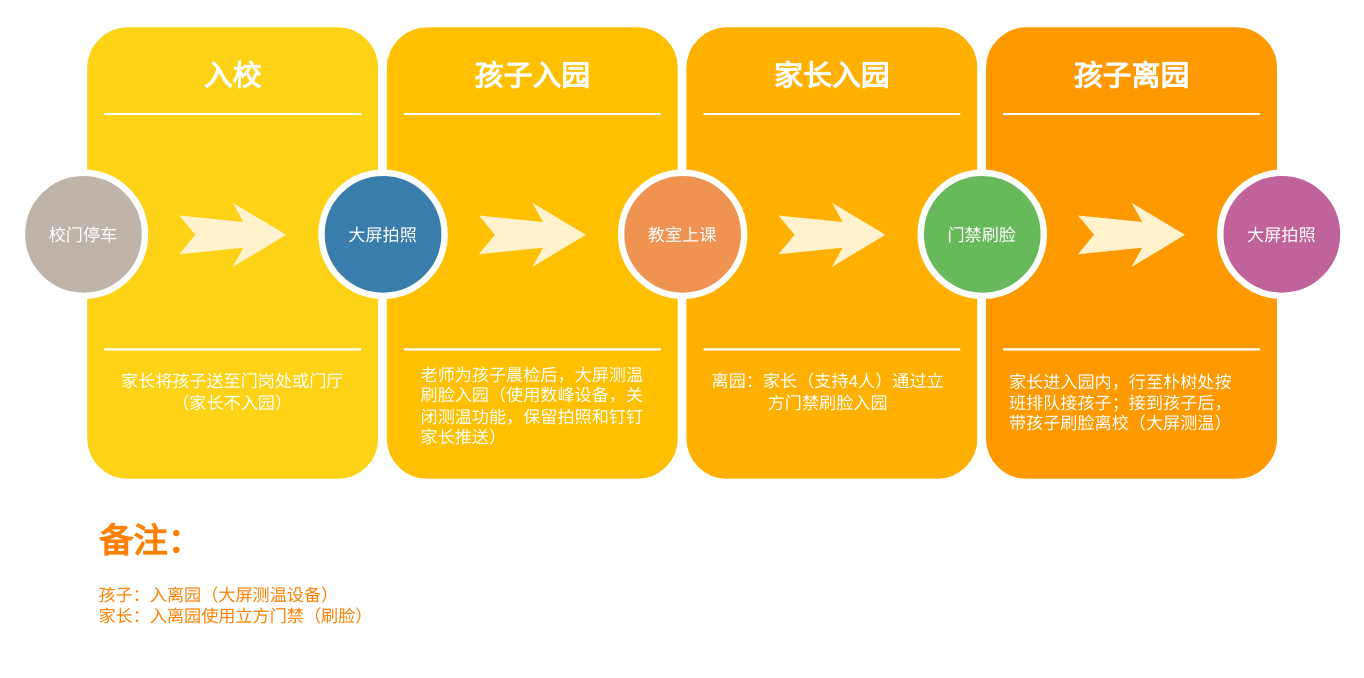
Before: 云谷园区入离园方案.drawio in tidusxujun/chemao, a draw.io diagram. Source tidied: cells renumbered, new cells numbered last; positions are measured from the earlier drawing's top-left corner, leaving out a move shared by most shapes. Both pictures are drawn from the tidied source at 107%, with x=0, y=0 at pixel (21, 22).
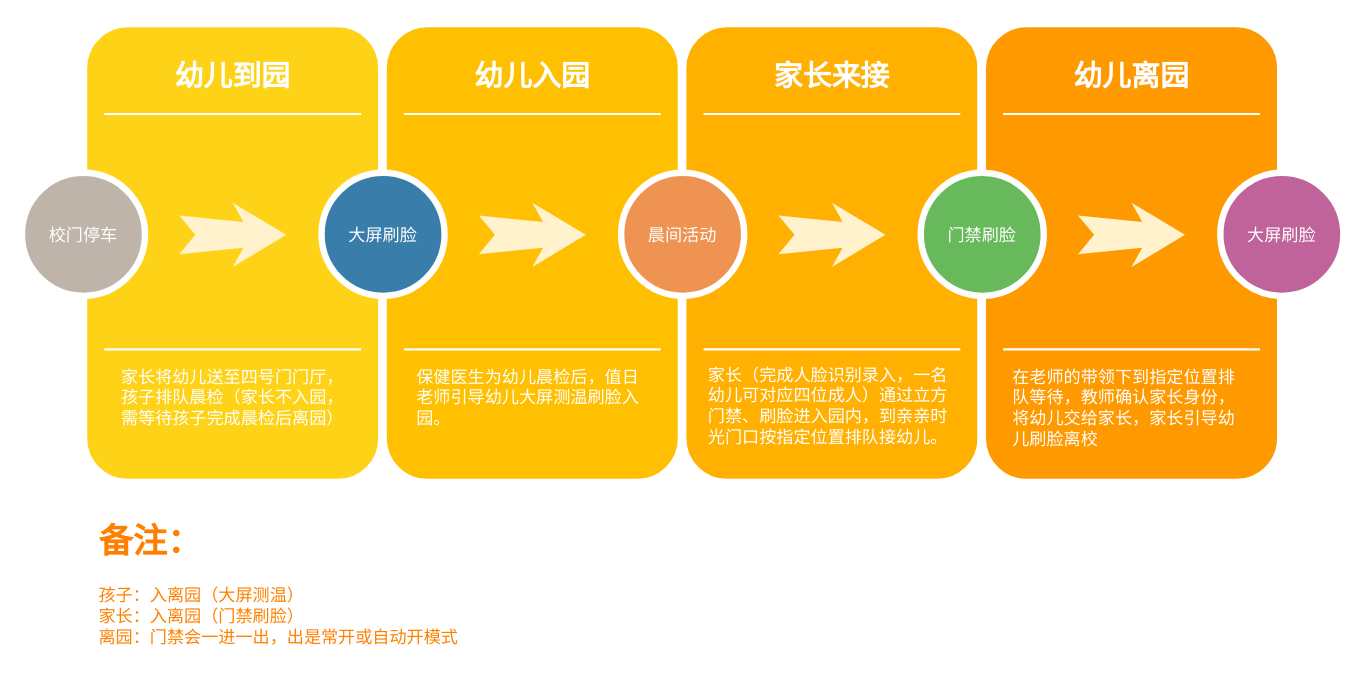
Above is the later version.

Commit message:
更新云谷园区入离园方案.drawio

Change to the diagram source:
```diff
@@
-    <mxCell id="3" value="入校" style="text;html=1;strokeColor=none;fillColor=none;align=center;verticalAlign=middle;whiteSpace=wrap;rounded=0;shadow=0;fontSize=27;fontColor=#FFFFFF;fontStyle=1;" parent="1" vertex="1">
+    <mxCell id="3" value="幼儿到园" style="text;html=1;strokeColor=none;fillColor=none;align=center;verticalAlign=middle;whiteSpace=wrap;rounded=0;shadow=0;fontSize=27;fontColor=#FFFFFF;fontStyle=1;" parent="1" vertex="1">
       <mxGeometry x="57" y="20" width="280" height="60" as="geometry" />
     </mxCell>
@@
-    <mxCell id="9" value="孩子入园" style="text;html=1;strokeColor=none;fillColor=none;align=center;verticalAlign=middle;whiteSpace=wrap;rounded=0;shadow=0;fontSize=27;fontColor=#FFFFFF;fontStyle=1;" parent="1" vertex="1">
+    <mxCell id="9" value="幼儿入园" style="text;html=1;strokeColor=none;fillColor=none;align=center;verticalAlign=middle;whiteSpace=wrap;rounded=0;shadow=0;fontSize=27;fontColor=#FFFFFF;fontStyle=1;" parent="1" vertex="1">
       <mxGeometry x="337" y="20" width="280" height="60" as="geometry" />
     </mxCell>
-    <mxCell id="10" value="家长将孩子送至门岗处或门厅（&lt;span style=&quot;text-align: left ; font-size: 16px&quot;&gt;家长不入园&lt;/span&gt;）" style="text;html=1;strokeColor=none;fillColor=none;align=center;verticalAlign=middle;whiteSpace=wrap;rounded=0;shadow=0;fontSize=16;fontColor=#FFFFFF;" parent="1" vertex="1">
-      <mxGeometry x="85" y="300" width="224" height="90" as="geometry" />
+    <mxCell id="10" value="家长将幼儿送至四号门门厅，孩子排队晨检（家长不入园，需等待孩子完成晨检后离园）" style="text;html=1;strokeColor=none;fillColor=none;align=center;verticalAlign=top;whiteSpace=wrap;rounded=0;shadow=0;fontSize=16;fontColor=#FFFFFF;" parent="1" vertex="1">
+      <mxGeometry x="85" y="315" width="224" height="90" as="geometry" />
     </mxCell>
@@
-    <mxCell id="13" value="大屏拍照" style="ellipse;whiteSpace=wrap;html=1;rounded=0;shadow=0;strokeWidth=6;fontSize=16;align=center;fillColor=#397DAA;strokeColor=#FFFFFF;fontColor=#FFFFFF;" parent="1" vertex="1">
+    <mxCell id="13" value="大屏刷脸" style="ellipse;whiteSpace=wrap;html=1;rounded=0;shadow=0;strokeWidth=6;fontSize=16;align=center;fillColor=#397DAA;strokeColor=#FFFFFF;fontColor=#FFFFFF;" parent="1" vertex="1">
       <mxGeometry x="280" y="140" width="115" height="115" as="geometry" />
     </mxCell>
@@
-    <mxCell id="16" value="家长入园" style="text;html=1;strokeColor=none;fillColor=none;align=center;verticalAlign=middle;whiteSpace=wrap;rounded=0;shadow=0;fontSize=27;fontColor=#FFFFFF;fontStyle=1;" parent="1" vertex="1">
+    <mxCell id="16" value="家长来接" style="text;html=1;strokeColor=none;fillColor=none;align=center;verticalAlign=middle;whiteSpace=wrap;rounded=0;shadow=0;fontSize=27;fontColor=#FFFFFF;fontStyle=1;" parent="1" vertex="1">
       <mxGeometry x="617" y="20" width="280" height="60" as="geometry" />
     </mxCell>
-    <mxCell id="17" value="离园：家长（支持4人）通过立方门禁刷脸入园" style="text;html=1;strokeColor=none;fillColor=none;align=center;verticalAlign=middle;whiteSpace=wrap;rounded=0;shadow=0;fontSize=16;fontColor=#FFFFFF;" parent="1" vertex="1">
-      <mxGeometry x="637" y="300" width="233" height="90" as="geometry" />
+    <mxCell id="17" value="家长（完成人脸识别录入，一名幼儿可对应四位成人）通过立方门禁、刷脸进入园内，到亲亲时光门口按指定位置排队接幼儿。" style="text;html=1;strokeColor=none;fillColor=none;align=center;verticalAlign=top;whiteSpace=wrap;rounded=0;shadow=0;fontSize=16;fontColor=#FFFFFF;" parent="1" vertex="1">
+      <mxGeometry x="637" y="312.5" width="233" height="90" as="geometry" />
     </mxCell>
@@
-    <mxCell id="20" value="教室上课" style="ellipse;whiteSpace=wrap;html=1;rounded=0;shadow=0;strokeWidth=6;fontSize=16;align=center;fillColor=#EF9353;strokeColor=#FFFFFF;fontColor=#FFFFFF;" parent="1" vertex="1">
+    <mxCell id="20" value="晨间活动" style="ellipse;whiteSpace=wrap;html=1;rounded=0;shadow=0;strokeWidth=6;fontSize=16;align=center;fillColor=#EF9353;strokeColor=#FFFFFF;fontColor=#FFFFFF;" parent="1" vertex="1">
       <mxGeometry x="560" y="140" width="115" height="115" as="geometry" />
     </mxCell>
@@
-    <mxCell id="23" value="孩子离园" style="text;html=1;strokeColor=none;fillColor=none;align=center;verticalAlign=middle;whiteSpace=wrap;rounded=0;shadow=0;fontSize=27;fontColor=#FFFFFF;fontStyle=1;" parent="1" vertex="1">
+    <mxCell id="23" value="幼儿离园" style="text;html=1;strokeColor=none;fillColor=none;align=center;verticalAlign=middle;whiteSpace=wrap;rounded=0;shadow=0;fontSize=27;fontColor=#FFFFFF;fontStyle=1;" parent="1" vertex="1">
       <mxGeometry x="897" y="20" width="280" height="60" as="geometry" />
     </mxCell>
-    <mxCell id="24" value="家长进入园内，行至朴树处按班排队接孩子；接到孩子后，带孩子刷脸离校（大屏测温）" style="text;html=1;strokeColor=none;fillColor=none;align=center;verticalAlign=middle;whiteSpace=wrap;rounded=0;shadow=0;fontSize=16;fontColor=#FFFFFF;" parent="1" vertex="1">
-      <mxGeometry x="917" y="310" width="220" height="90" as="geometry" />
+    <mxCell id="24" value="在老师的带领下到指定位置排队等待，教师确认家长身份，将幼儿交给家长，家长引导幼儿刷脸离校" style="text;html=1;strokeColor=none;fillColor=none;align=left;verticalAlign=top;whiteSpace=wrap;rounded=0;shadow=0;fontSize=16;fontColor=#FFFFFF;" parent="1" vertex="1">
+      <mxGeometry x="924" y="315" width="220" height="90" as="geometry" />
     </mxCell>
@@
-    <mxCell id="29" value="大屏拍照" style="ellipse;whiteSpace=wrap;html=1;rounded=0;shadow=0;strokeWidth=6;fontSize=16;align=center;fillColor=#BF639A;strokeColor=#FFFFFF;fontColor=#FFFFFF;" parent="1" vertex="1">
+    <mxCell id="29" value="大屏刷脸" style="ellipse;whiteSpace=wrap;html=1;rounded=0;shadow=0;strokeWidth=6;fontSize=16;align=center;fillColor=#BF639A;strokeColor=#FFFFFF;fontColor=#FFFFFF;" parent="1" vertex="1">
       <mxGeometry x="1120" y="140" width="115" height="115" as="geometry" />
     </mxCell>
-    <mxCell id="30" value="老师为孩子晨检后，大屏测温刷脸入园（使用数峰设备，关闭测温功能，保留拍照和钉钉家长推送）" style="text;html=1;strokeColor=none;fillColor=none;align=left;verticalAlign=middle;whiteSpace=wrap;rounded=0;shadow=0;fontSize=16;fontColor=#FFFFFF;" parent="1" vertex="1">
-      <mxGeometry x="371" y="315" width="220" height="85" as="geometry" />
+    <mxCell id="30" value="保健医生为幼儿晨检后，值日老师引导幼儿大屏测温刷脸入园。" style="text;html=1;strokeColor=none;fillColor=none;align=left;verticalAlign=top;whiteSpace=wrap;rounded=0;shadow=0;fontSize=16;fontColor=#FFFFFF;" parent="1" vertex="1">
+      <mxGeometry x="367" y="315" width="220" height="85" as="geometry" />
     </mxCell>
-    <mxCell id="31" value="&lt;h1&gt;备注：&lt;/h1&gt;&lt;div&gt;孩子：入离园（大屏测温设备）&lt;/div&gt;家长：入离&lt;span&gt;园使用立方门禁（刷脸）&lt;/span&gt;" style="text;html=1;strokeColor=none;fillColor=none;spacing=5;spacingTop=-20;whiteSpace=wrap;overflow=hidden;rounded=0;fontSize=16;align=left;fontColor=#FF8000;" parent="1" vertex="1">
-      <mxGeometry x="67" y="455" width="344" height="140" as="geometry" />
+    <mxCell id="31" value="&lt;h1&gt;备注：&lt;/h1&gt;&lt;div&gt;孩子：入离园（大屏测温）&lt;/div&gt;家长：入离&lt;span&gt;园（门禁刷脸）&lt;br&gt;离园：门禁会一进一出，出是常开或自动开模式&lt;br&gt;&lt;/span&gt;" style="text;html=1;strokeColor=none;fillColor=none;spacing=5;spacingTop=-20;whiteSpace=wrap;overflow=hidden;rounded=0;fontSize=16;align=left;fontColor=#FF8000;" parent="1" vertex="1">
+      <mxGeometry x="67" y="455" width="416" height="141" as="geometry" />
     </mxCell>
```
